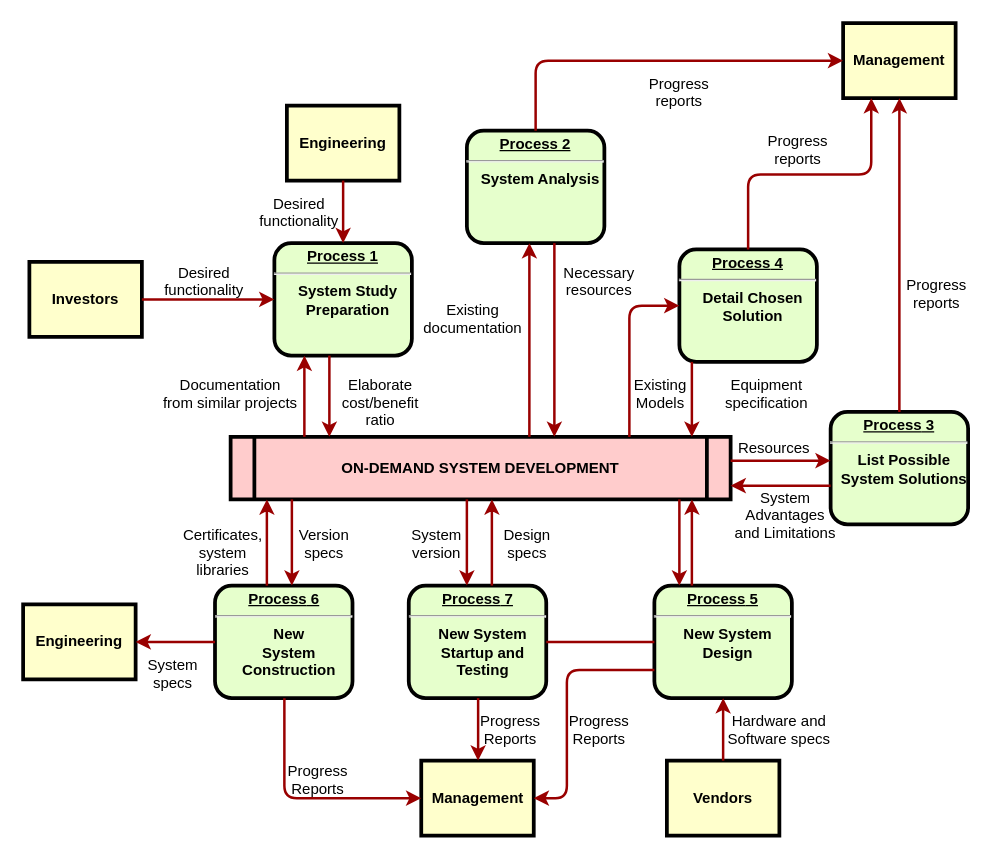
Above: Untitled Diagram.drawio in pananess/pananess (draw.io), before the change. Source tidied: cells renumbered, new cells numbered last; positions are measured from the earlier drawing's top-left corner, leaving out a move shared by most shapes. Both pictures are drawn from the tidied source at 125%, with x=0, y=0 at pixel (22, 22).
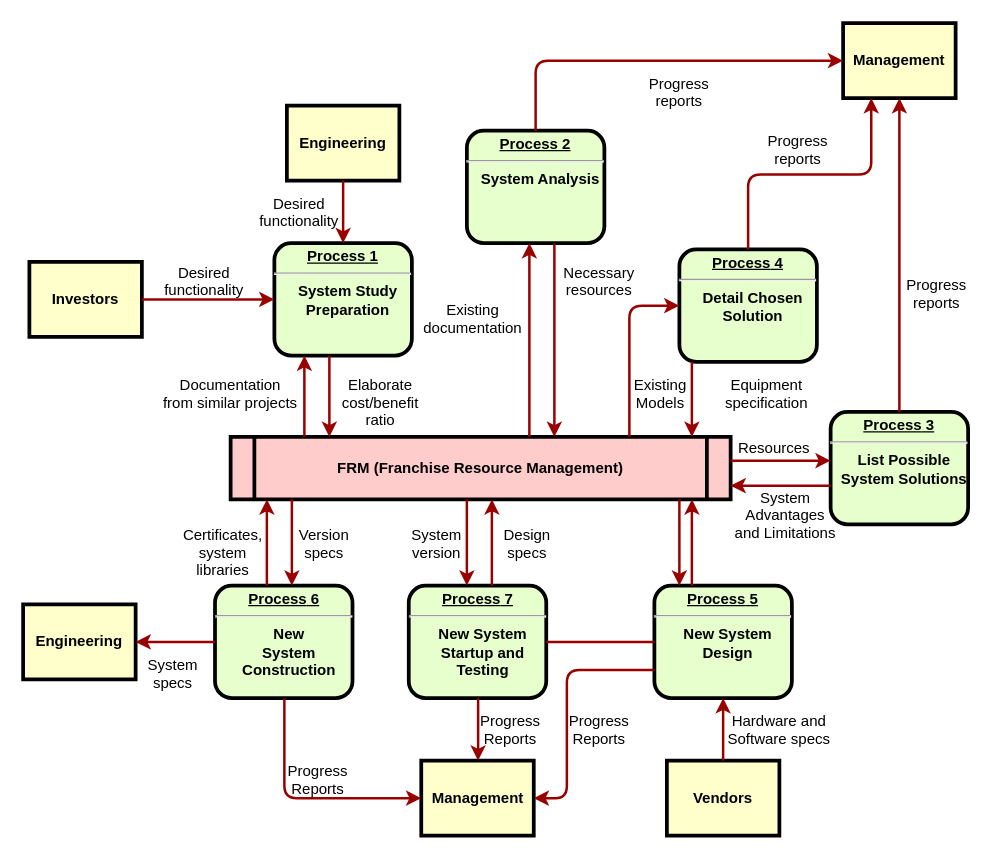
Above is the later version.

Commit message:
FRM concept

Diff of the diagram source:
```diff
@@
-    <mxCell id="5" value="ON-DEMAND SYSTEM DEVELOPMENT" style="shape=process;whiteSpace=wrap;align=center;verticalAlign=middle;size=0.0475;fontStyle=1;strokeWidth=3;fillColor=#FFCCCC;" parent="1" vertex="1">
+    <mxCell id="5" value="FRM (Franchise Resource Management)" style="shape=process;whiteSpace=wrap;align=center;verticalAlign=middle;size=0.0475;fontStyle=1;strokeWidth=3;fillColor=#FFCCCC;" parent="1" vertex="1">
       <mxGeometry x="166" y="331" width="400" height="50" as="geometry" />
     </mxCell>
```
